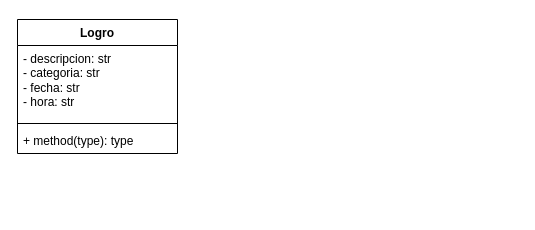
Earlier version of the draw.io diagram UML/dailyWins.drawio (joaquinVazquezM/dailyWins). Source tidied: cells renumbered, new cells numbered last; positions are measured from the earlier drawing's top-left corner, leaving out a move shared by most shapes. Both pictures are drawn from the tidied source at 100%, with x=0, y=0 at pixel (17, 19).
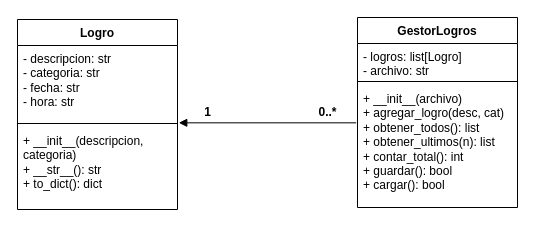
The same page after the edit.

Diff of the diagram source:
```diff
@@
 <mxGraphModel>
   <root>
     <mxCell id="0" />
     <mxCell id="1" parent="0" />
     <mxCell id="2" value="Logro" style="swimlane;fontStyle=1;align=center;verticalAlign=top;horizontal=1;startSize=26;whiteSpace=wrap;html=1;" parent="1" vertex="1">
-      <mxGeometry width="160" height="134" as="geometry" />
+      <mxGeometry width="160" height="190" as="geometry" />
     </mxCell>
     <mxCell id="3" value="- descripcion: str&lt;div&gt;- categoria: str&lt;/div&gt;&lt;div&gt;- fecha: str&lt;/div&gt;&lt;div&gt;- hora: str&lt;/div&gt;" style="text;strokeColor=none;fillColor=none;align=left;verticalAlign=top;spacingLeft=4;spacingRight=4;overflow=hidden;points=[[0,0.5],[1,0.5]];portConstraint=eastwest;whiteSpace=wrap;html=1;" parent="2" vertex="1">
       <mxGeometry y="26" width="160" height="74" as="geometry" />
     </mxCell>
     <mxCell id="4" style="line;strokeWidth=1;fillColor=none;align=left;verticalAlign=middle;spacingTop=-1;spacingLeft=3;spacingRight=3;labelPosition=right;strokeColor=inherit;" parent="2" vertex="1">
       <mxGeometry y="100" width="160" height="8" as="geometry" />
     </mxCell>
-    <mxCell id="5" value="+ method(type): type" style="text;strokeColor=none;fillColor=none;align=left;verticalAlign=top;spacingLeft=4;spacingRight=4;overflow=hidden;whiteSpace=wrap;html=1;" parent="2" vertex="1">
-      <mxGeometry y="108" width="160" height="26" as="geometry" />
+    <mxCell id="5" value="+ __init__(descripcion, categoria)&lt;div&gt;+ __str__(): str&lt;/div&gt;&lt;div&gt;+ to_dict(): dict&lt;/div&gt;" style="text;strokeColor=none;fillColor=none;align=left;verticalAlign=top;spacingLeft=4;spacingRight=4;overflow=hidden;whiteSpace=wrap;html=1;" parent="2" vertex="1">
+      <mxGeometry y="108" width="160" height="82" as="geometry" />
     </mxCell>
+    <mxCell id="6" value="GestorLogros" style="swimlane;fontStyle=1;align=center;verticalAlign=top;horizontal=1;startSize=26;whiteSpace=wrap;html=1;" parent="1" vertex="1">
+      <mxGeometry x="340" y="-2" width="160" height="190" as="geometry" />
+    </mxCell>
+    <mxCell id="7" value="- logros: list[Logro]&lt;div&gt;- archivo: str&lt;/div&gt;" style="text;strokeColor=none;fillColor=none;align=left;verticalAlign=top;spacingLeft=4;spacingRight=4;overflow=hidden;whiteSpace=wrap;html=1;" parent="6" vertex="1">
+      <mxGeometry y="26" width="160" height="34" as="geometry" />
+    </mxCell>
+    <mxCell id="8" style="line;strokeWidth=1;fillColor=none;align=left;verticalAlign=middle;spacingTop=-1;spacingLeft=3;spacingRight=3;labelPosition=right;strokeColor=inherit;" parent="6" vertex="1">
+      <mxGeometry y="60" width="160" height="8" as="geometry" />
+    </mxCell>
+    <mxCell id="9" value="+ __init__(archivo)&lt;div&gt;+ agregar_logro(desc, cat)&lt;/div&gt;&lt;div&gt;+ obtener_todos(): list&lt;/div&gt;&lt;div&gt;+ obtener_ultimos(n): list&lt;/div&gt;&lt;div&gt;+ contar_total(): int&lt;/div&gt;&lt;div&gt;+ guardar(): bool&lt;/div&gt;&lt;div&gt;+ cargar(): bool&lt;/div&gt;&lt;div&gt;&lt;br&gt;&lt;/div&gt;&lt;div&gt;&lt;br&gt;&lt;/div&gt;" style="text;strokeColor=none;fillColor=none;align=left;verticalAlign=top;spacingLeft=4;spacingRight=4;overflow=hidden;points=[[0,0.5],[1,0.5]];portConstraint=eastwest;whiteSpace=wrap;html=1;" parent="6" vertex="1">
+      <mxGeometry y="68" width="160" height="122" as="geometry" />
+    </mxCell>
+    <mxCell id="10" style="endArrow=none;startArrow=block;endFill=0;startFill=1;html=1;rounded=0;exitX=1.008;exitY=1.045;exitDx=0;exitDy=0;exitPerimeter=0;entryX=-0.008;entryY=0.306;entryDx=0;entryDy=0;entryPerimeter=0;" parent="1" edge="1" source="3" target="9">
+      <mxGeometry relative="1" as="geometry" />
+    </mxCell>
+    <mxCell id="11" value="0..*" style="text;align=center;fontStyle=1;verticalAlign=middle;spacingLeft=3;spacingRight=3;strokeColor=none;html=1;" parent="1" vertex="1">
+      <mxGeometry x="270" y="80" width="80" height="26" as="geometry" />
+    </mxCell>
+    <mxCell id="12" value="1" style="text;align=center;fontStyle=1;verticalAlign=middle;spacingLeft=3;spacingRight=3;strokeColor=none;html=1;" parent="1" vertex="1">
+      <mxGeometry x="150" y="80" width="80" height="26" as="geometry" />
+    </mxCell>
   </root>
 </mxGraphModel>
```
